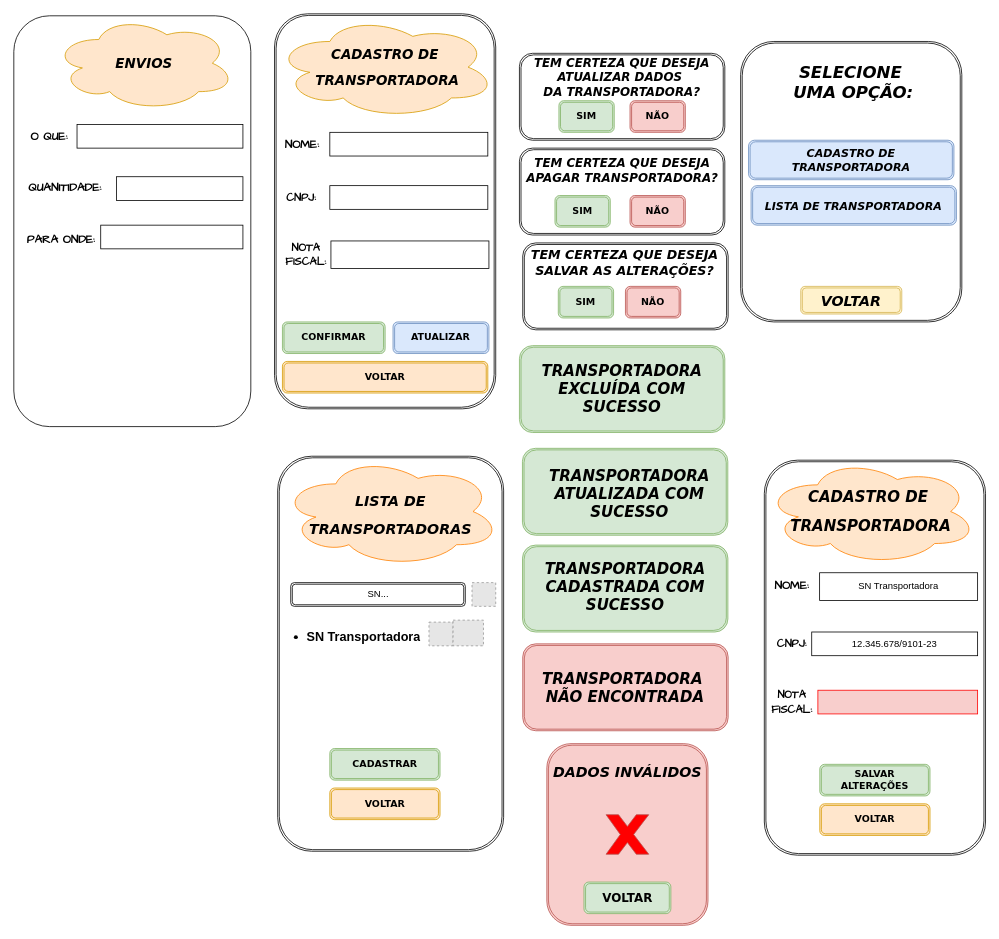
sarahnandynne/fluxograma.sarah keeps this draw.io diagram as page "Página-5" (5 of 6) of doc/interfaces.drawio. Above is the earlier version. Source tidied: cells renumbered, new cells numbered last; positions are measured from the earlier drawing's top-left corner, leaving out a move shared by most shapes. Both pictures are drawn from the tidied source at 79%, with x=0, y=0 at pixel (13, 13). Pictures stored in the file or linked from it are replaced by grey dashed boxes.
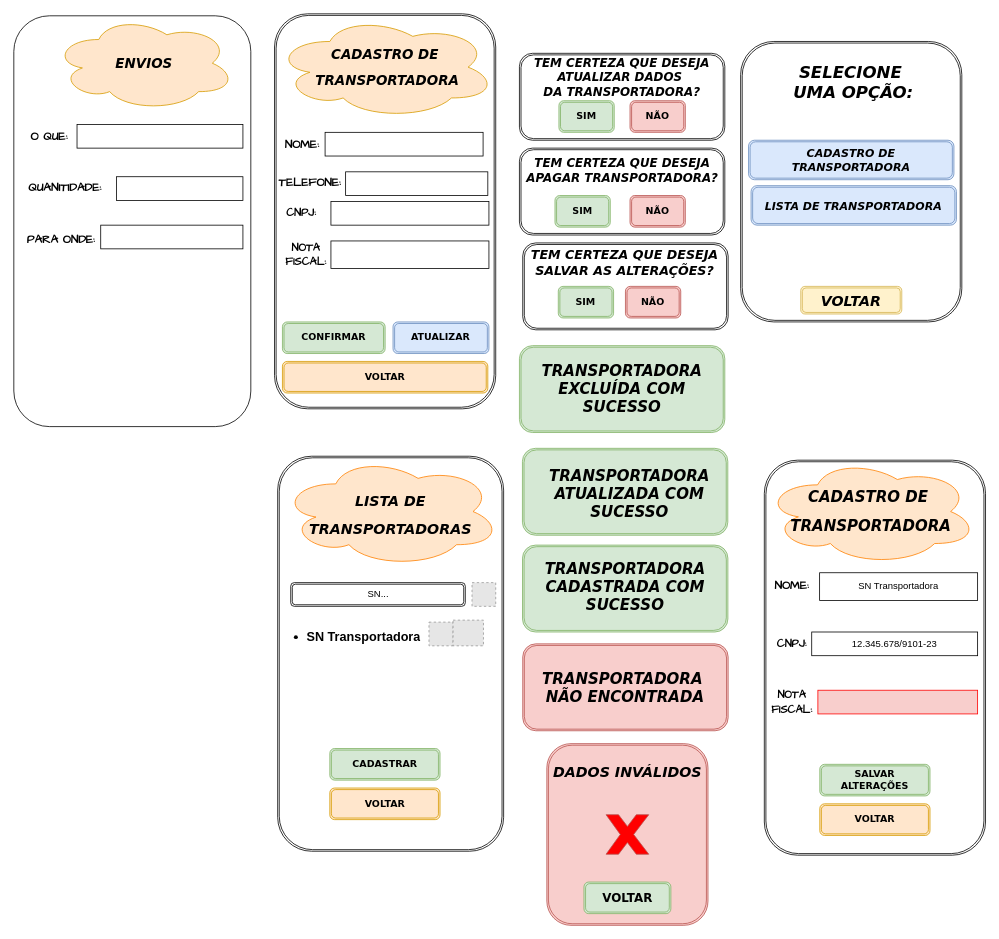
Above is the later version.

Diff of the diagram source:
```diff
@@
     <mxCell id="3" style="whiteSpace=wrap;html=1;align=center;newEdgeStyle={&quot;edgeStyle&quot;:&quot;elbowEdgeStyle&quot;,&quot;startArrow&quot;:&quot;none&quot;,&quot;endArrow&quot;:&quot;none&quot;};" parent="1" vertex="1">
-      <mxGeometry x="400" y="150" width="200" height="30" as="geometry" />
+      <mxGeometry x="394" y="150" width="200" height="30" as="geometry" />
     </mxCell>
@@
     <mxCell id="5" value="CNPJ:" style="text;html=1;align=center;verticalAlign=middle;whiteSpace=wrap;rounded=0;fontFamily=Comic Sans MS;fontStyle=1;fontSize=14;" parent="1" vertex="1">
-      <mxGeometry x="334" y="217.5" width="60" height="30" as="geometry" />
+      <mxGeometry x="334" y="237.5" width="60" height="30" as="geometry" />
     </mxCell>
     <mxCell id="6" style="whiteSpace=wrap;html=1;align=center;newEdgeStyle={&quot;edgeStyle&quot;:&quot;elbowEdgeStyle&quot;,&quot;startArrow&quot;:&quot;none&quot;,&quot;endArrow&quot;:&quot;none&quot;};" parent="1" vertex="1">
-      <mxGeometry x="400" y="217.5" width="200" height="30" as="geometry" />
+      <mxGeometry x="401.4" y="237.5" width="200" height="30" as="geometry" />
     </mxCell>
@@
+    <mxCell id="70" value="TELEFONE:" style="text;html=1;align=center;verticalAlign=middle;whiteSpace=wrap;rounded=0;fontStyle=1;fontFamily=Comic Sans MS;fontSize=15;" parent="1" vertex="1">
+      <mxGeometry x="340" y="197.5" width="70" height="30" as="geometry" />
+    </mxCell>
+    <mxCell id="71" style="whiteSpace=wrap;html=1;align=center;newEdgeStyle={&quot;edgeStyle&quot;:&quot;elbowEdgeStyle&quot;,&quot;startArrow&quot;:&quot;none&quot;,&quot;endArrow&quot;:&quot;none&quot;};" parent="1" vertex="1">
+      <mxGeometry x="420" y="200" width="180" height="30" as="geometry" />
+    </mxCell>
```
